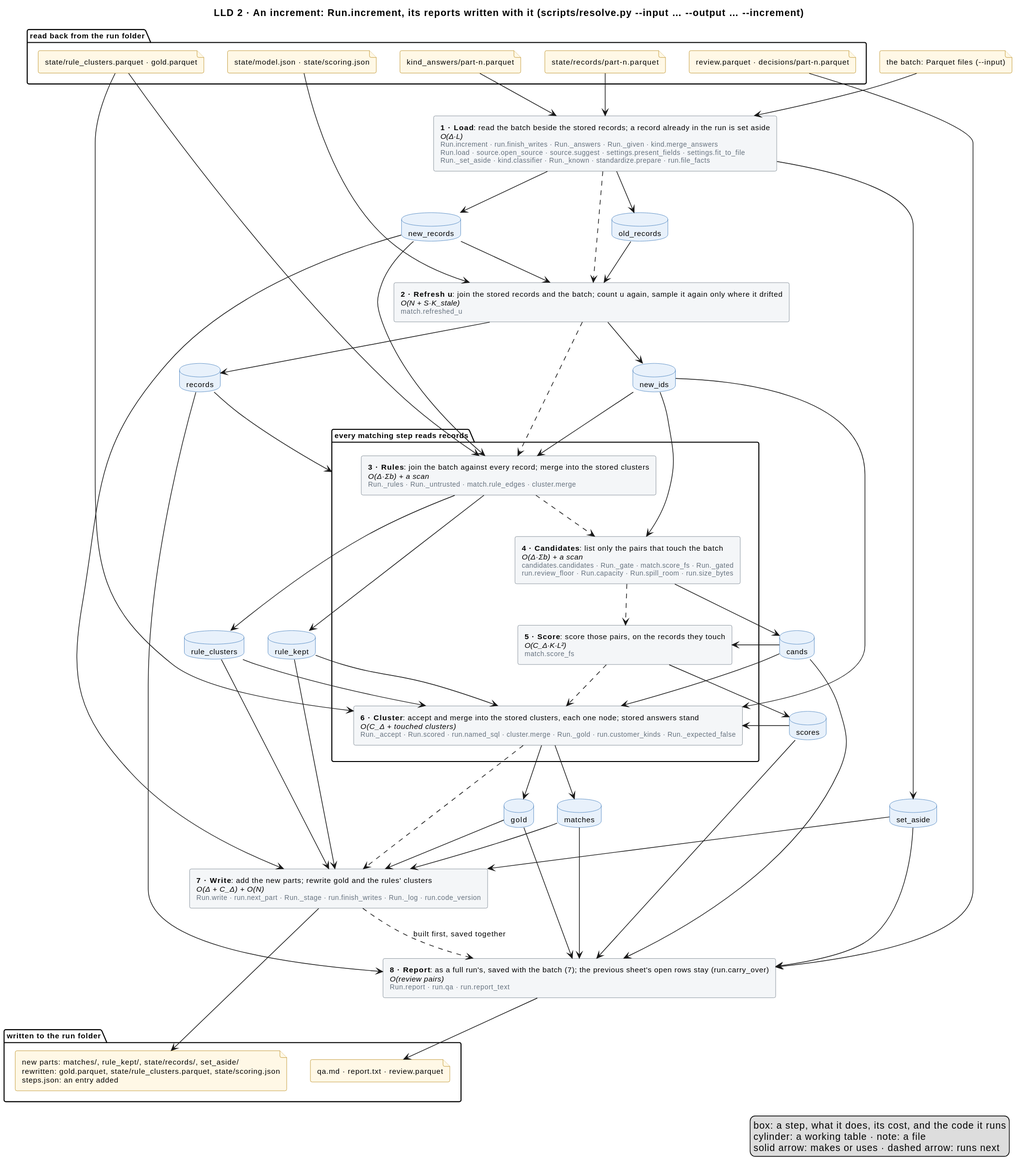
Earlier version of the PlantUML export docs/diagrams/increment.svg (mvsbm/entity_matching).
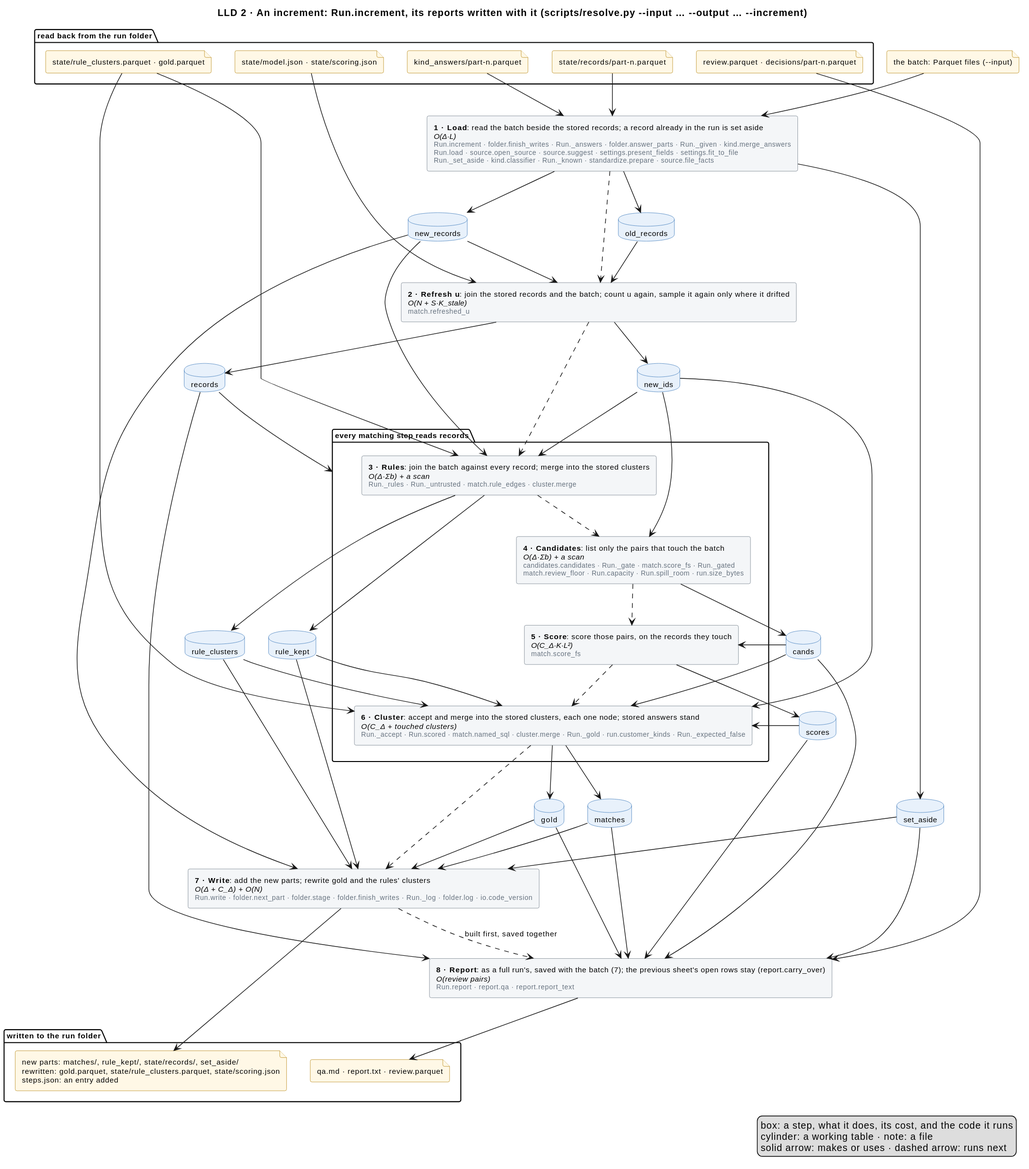
The same diagram one commit later.

The edit, as a diff of the source:
```diff
@@ -24,16 +24,16 @@
 file "the batch: Parquet files (~--input)" as f_batch
 
 
-rectangle "<b>1 · Load</b>: read the batch beside the stored records; a record already in the run is set aside\n<i>O(Δ·L)</i>\n<size:10><color:#65717E>Run.increment · run.finish_writes · Run._answers · Run._given · kind.merge_answers</color></size>\n<size:10><color:#65717E>Run.load · source.open_source · source.suggest · settings.present_fields · settings.fit_to_file</color></size>\n<size:10><color:#65717E>Run._set_aside · kind.classifier · Run._known · standardize.prepare · run.file_facts</color></size>" as load
+rectangle "<b>1 · Load</b>: read the batch beside the stored records; a record already in the run is set aside\n<i>O(Δ·L)</i>\n<size:10><color:#65717E>Run.increment · folder.finish_writes · Run._answers · folder.answer_parts · Run._given · kind.merge_answers</color></size>\n<size:10><color:#65717E>Run.load · source.open_source · source.suggest · settings.present_fields · settings.fit_to_file</color></size>\n<size:10><color:#65717E>Run._set_aside · kind.classifier · Run._known · standardize.prepare · source.file_facts</color></size>" as load
 rectangle "<b>2 · Refresh u</b>: join the stored records and the batch; count u again, sample it again only where it drifted\n<i>O(N + S·K_stale)</i>\n<size:10><color:#65717E>match.refreshed_u</color></size>" as fit
 package "every matching step reads records" as matching {
   rectangle "<b>3 · Rules</b>: join the batch against every record; merge into the stored clusters\n<i>O(Δ·Σb) + a scan</i>\n<size:10><color:#65717E>Run._rules · Run._untrusted · match.rule_edges · cluster.merge</color></size>" as rules
-  rectangle "<b>4 · Candidates</b>: list only the pairs that touch the batch\n<i>O(Δ·Σb) + a scan</i>\n<size:10><color:#65717E>candidates.candidates · Run._gate · match.score_fs · Run._gated</color></size>\n<size:10><color:#65717E>run.review_floor · Run.capacity · Run.spill_room · run.size_bytes</color></size>" as candidates
+  rectangle "<b>4 · Candidates</b>: list only the pairs that touch the batch\n<i>O(Δ·Σb) + a scan</i>\n<size:10><color:#65717E>candidates.candidates · Run._gate · match.score_fs · Run._gated</color></size>\n<size:10><color:#65717E>match.review_floor · Run.capacity · Run.spill_room · run.size_bytes</color></size>" as candidates
   rectangle "<b>5 · Score</b>: score those pairs, on the records they touch\n<i>O(C_Δ·K·L²)</i>\n<size:10><color:#65717E>match.score_fs</color></size>" as score
-  rectangle "<b>6 · Cluster</b>: accept and merge into the stored clusters, each one node; stored answers stand\n<i>O(C_Δ + touched clusters)</i>\n<size:10><color:#65717E>Run._accept · Run.scored · run.named_sql · cluster.merge · Run._gold · run.customer_kinds · Run._expected_false</color></size>" as cluster
+  rectangle "<b>6 · Cluster</b>: accept and merge into the stored clusters, each one node; stored answers stand\n<i>O(C_Δ + touched clusters)</i>\n<size:10><color:#65717E>Run._accept · Run.scored · match.named_sql · cluster.merge · Run._gold · run.customer_kinds · Run._expected_false</color></size>" as cluster
 }
-rectangle "<b>7 · Write</b>: add the new parts; rewrite gold and the rules' clusters\n<i>O(Δ + C_Δ) + O(N)</i>\n<size:10><color:#65717E>Run.write · run.next_part · Run._stage · run.finish_writes · Run._log · run.code_version</color></size>" as write
-rectangle "<b>8 · Report</b>: as a full run's, saved with the batch (7); the previous sheet's open rows stay (run.carry_over)\n<i>O(review pairs)</i>\n<size:10><color:#65717E>Run.report · run.qa · run.report_text</color></size>" as report
+rectangle "<b>7 · Write</b>: add the new parts; rewrite gold and the rules' clusters\n<i>O(Δ + C_Δ) + O(N)</i>\n<size:10><color:#65717E>Run.write · folder.next_part · folder.stage · folder.finish_writes · Run._log · folder.log · io.code_version</color></size>" as write
+rectangle "<b>8 · Report</b>: as a full run's, saved with the batch (7); the previous sheet's open rows stay (report.carry_over)\n<i>O(review pairs)</i>\n<size:10><color:#65717E>Run.report · report.qa · report.report_text</color></size>" as report
 database "old_records" as old_records
 database "new_records" as new_records
 database "set_aside" as set_aside
```
